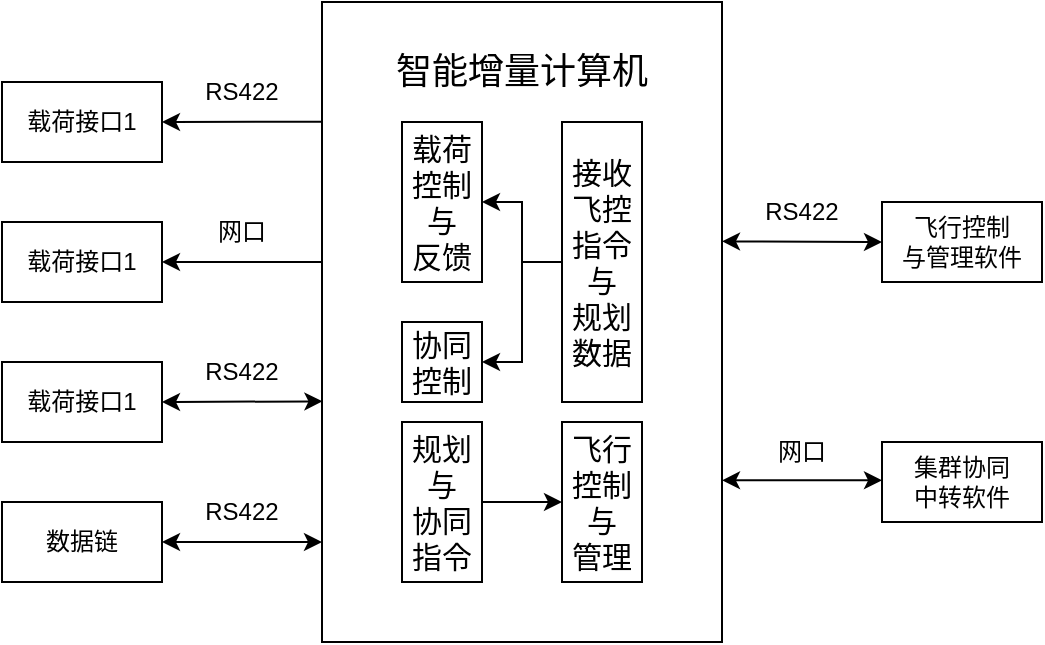
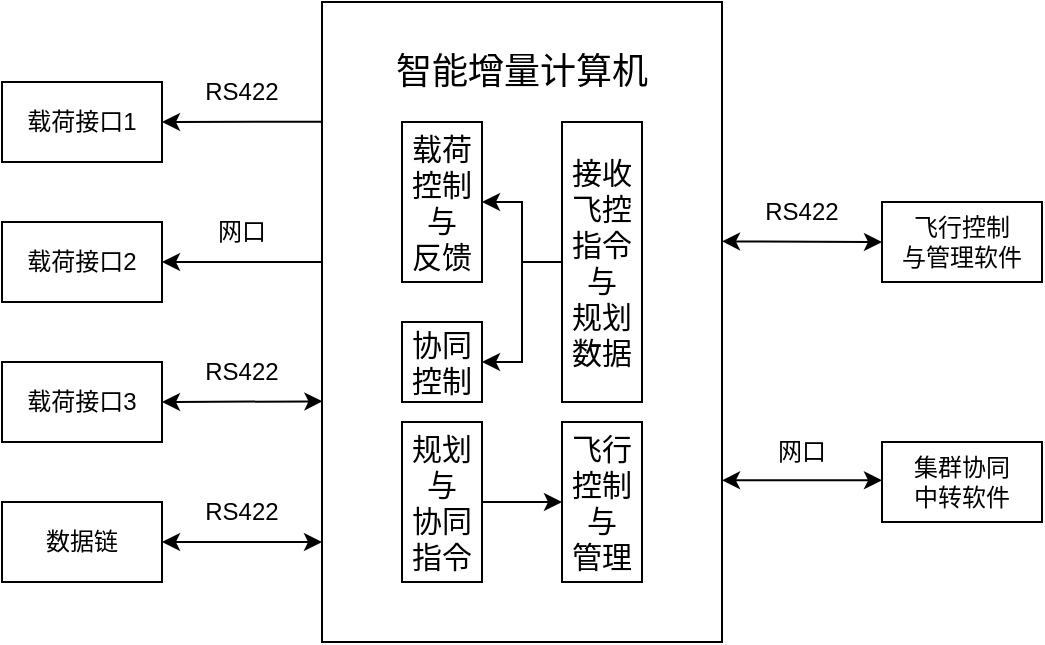
<mxfile host="app.diagrams.net" agent="Mozilla/5.0 (Windows NT 10.0; Win64; x64) AppleWebKit/537.36 (KHTML, like Gecko) Chrome/146.0.0.0 Safari/537.36" version="29.3.7">
  <diagram name="第 1 页" id="P7U0p2YBgUwdi0rxASiN">
    <mxGraphModel dx="1123" dy="710" grid="1" gridSize="10" guides="1" tooltips="1" connect="1" arrows="1" fold="1" page="1" pageScale="1" pageWidth="827" pageHeight="1169" math="0" shadow="0">
      <root>
        <mxCell id="0" />
        <mxCell id="1" parent="0" />
        <mxCell id="FJUeLi_HETRFmbpACcdS-1" parent="1" style="rounded=0;whiteSpace=wrap;html=1;" value="" vertex="1">
          <mxGeometry height="320" width="200" x="280" y="80" as="geometry" />
        </mxCell>
        <mxCell id="FJUeLi_HETRFmbpACcdS-2" parent="1" style="text;html=1;whiteSpace=wrap;strokeColor=none;fillColor=none;align=center;verticalAlign=middle;rounded=0;" value="&lt;font style=&quot;font-size: 18px;&quot;&gt;智能增量计算机&lt;/font&gt;" vertex="1">
          <mxGeometry height="30" width="140" x="310" y="100" as="geometry" />
        </mxCell>
        <mxCell id="FJUeLi_HETRFmbpACcdS-5" edge="1" parent="1" source="FJUeLi_HETRFmbpACcdS-3" style="edgeStyle=orthogonalEdgeStyle;rounded=0;orthogonalLoop=1;jettySize=auto;html=1;" target="FJUeLi_HETRFmbpACcdS-4" value="">
          <mxGeometry relative="1" as="geometry" />
        </mxCell>
        <mxCell id="FJUeLi_HETRFmbpACcdS-3" parent="1" style="rounded=0;whiteSpace=wrap;html=1;" value="&lt;font style=&quot;font-size: 15px;&quot;&gt;接收飞控指令与&lt;br&gt;规划数据&lt;/font&gt;" vertex="1">
          <mxGeometry height="140" width="40" x="400" y="140" as="geometry" />
        </mxCell>
        <mxCell id="FJUeLi_HETRFmbpACcdS-4" parent="1" style="rounded=0;whiteSpace=wrap;html=1;" value="&lt;font style=&quot;font-size: 15px;&quot;&gt;载荷控制&lt;/font&gt;&lt;div&gt;&lt;font style=&quot;font-size: 15px;&quot;&gt;与&lt;/font&gt;&lt;div&gt;&lt;font style=&quot;font-size: 15px;&quot;&gt;反馈&lt;/font&gt;&lt;/div&gt;&lt;/div&gt;" vertex="1">
          <mxGeometry height="80" width="40" x="320" y="140" as="geometry" />
        </mxCell>
        <mxCell id="FJUeLi_HETRFmbpACcdS-6" parent="1" style="rounded=0;whiteSpace=wrap;html=1;" value="载荷接口1" vertex="1">
          <mxGeometry height="40" width="80" x="120" y="120" as="geometry" />
        </mxCell>
-         <mxCell id="FJUeLi_HETRFmbpACcdS-7" parent="1" style="rounded=0;whiteSpace=wrap;html=1;" value="载荷接口1" vertex="1">
+         <mxCell id="FJUeLi_HETRFmbpACcdS-7" parent="1" style="rounded=0;whiteSpace=wrap;html=1;" value="载荷接口2" vertex="1">
          <mxGeometry height="40" width="80" x="120" y="190" as="geometry" />
        </mxCell>
-         <mxCell id="FJUeLi_HETRFmbpACcdS-8" parent="1" style="rounded=0;whiteSpace=wrap;html=1;" value="载荷接口1" vertex="1">
+         <mxCell id="FJUeLi_HETRFmbpACcdS-8" parent="1" style="rounded=0;whiteSpace=wrap;html=1;" value="载荷接口3" vertex="1">
          <mxGeometry height="40" width="80" x="120" y="260" as="geometry" />
        </mxCell>
        <mxCell id="FJUeLi_HETRFmbpACcdS-9" parent="1" style="rounded=0;whiteSpace=wrap;html=1;" value="数据链" vertex="1">
          <mxGeometry height="40" width="80" x="120" y="330" as="geometry" />
        </mxCell>
        <mxCell id="FJUeLi_HETRFmbpACcdS-13" edge="1" parent="1" source="FJUeLi_HETRFmbpACcdS-1" style="endArrow=classic;html=1;rounded=0;entryX=1;entryY=0.5;entryDx=0;entryDy=0;exitX=-0.002;exitY=0.187;exitDx=0;exitDy=0;exitPerimeter=0;" target="FJUeLi_HETRFmbpACcdS-6" value="">
          <mxGeometry height="50" relative="1" width="50" as="geometry">
            <mxPoint x="240" y="180" as="sourcePoint" />
            <mxPoint x="290" y="130" as="targetPoint" />
          </mxGeometry>
        </mxCell>
        <mxCell id="FJUeLi_HETRFmbpACcdS-14" edge="1" parent="1" source="FJUeLi_HETRFmbpACcdS-8" style="endArrow=classic;startArrow=classic;html=1;rounded=0;exitX=1;exitY=0.5;exitDx=0;exitDy=0;entryX=0.001;entryY=0.624;entryDx=0;entryDy=0;entryPerimeter=0;" target="FJUeLi_HETRFmbpACcdS-1" value="">
          <mxGeometry height="50" relative="1" width="50" as="geometry">
            <mxPoint x="200" y="290" as="sourcePoint" />
            <mxPoint x="250" y="240" as="targetPoint" />
          </mxGeometry>
        </mxCell>
        <mxCell id="FJUeLi_HETRFmbpACcdS-15" edge="1" parent="1" style="endArrow=classic;html=1;rounded=0;entryX=1;entryY=0.5;entryDx=0;entryDy=0;" target="FJUeLi_HETRFmbpACcdS-7" value="">
          <mxGeometry height="50" relative="1" width="50" as="geometry">
            <mxPoint x="280" y="210" as="sourcePoint" />
            <mxPoint x="290" y="190" as="targetPoint" />
          </mxGeometry>
        </mxCell>
        <mxCell id="FJUeLi_HETRFmbpACcdS-16" edge="1" parent="1" source="FJUeLi_HETRFmbpACcdS-9" style="endArrow=classic;startArrow=classic;html=1;rounded=0;exitX=1;exitY=0.5;exitDx=0;exitDy=0;" value="">
          <mxGeometry height="50" relative="1" width="50" as="geometry">
            <mxPoint x="240" y="340" as="sourcePoint" />
            <mxPoint x="280" y="350" as="targetPoint" />
          </mxGeometry>
        </mxCell>
        <mxCell id="FJUeLi_HETRFmbpACcdS-17" parent="1" style="rounded=0;whiteSpace=wrap;html=1;" value="飞行控制&lt;div&gt;与管理软件&lt;/div&gt;" vertex="1">
          <mxGeometry height="40" width="80" x="560" y="180" as="geometry" />
        </mxCell>
        <mxCell id="FJUeLi_HETRFmbpACcdS-22" parent="1" style="rounded=0;whiteSpace=wrap;html=1;" value="集群协同&lt;div&gt;中转软件&lt;/div&gt;" vertex="1">
          <mxGeometry height="40" width="80" x="560" y="300" as="geometry" />
        </mxCell>
        <mxCell id="FJUeLi_HETRFmbpACcdS-25" parent="1" style="text;html=1;whiteSpace=wrap;strokeColor=none;fillColor=none;align=center;verticalAlign=middle;rounded=0;" value="RS422" vertex="1">
          <mxGeometry height="30" width="60" x="490" y="170" as="geometry" />
        </mxCell>
        <mxCell id="FJUeLi_HETRFmbpACcdS-26" parent="1" style="text;html=1;whiteSpace=wrap;strokeColor=none;fillColor=none;align=center;verticalAlign=middle;rounded=0;" value="网口" vertex="1">
          <mxGeometry height="30" width="60" x="490" y="290" as="geometry" />
        </mxCell>
        <mxCell id="FJUeLi_HETRFmbpACcdS-28" parent="1" style="text;html=1;whiteSpace=wrap;strokeColor=none;fillColor=none;align=center;verticalAlign=middle;rounded=0;" value="RS422" vertex="1">
          <mxGeometry height="30" width="60" x="210" y="110" as="geometry" />
        </mxCell>
        <mxCell id="FJUeLi_HETRFmbpACcdS-29" parent="1" style="text;html=1;whiteSpace=wrap;strokeColor=none;fillColor=none;align=center;verticalAlign=middle;rounded=0;" value="网口" vertex="1">
          <mxGeometry height="30" width="60" x="210" y="180" as="geometry" />
        </mxCell>
        <mxCell id="FJUeLi_HETRFmbpACcdS-30" parent="1" style="text;html=1;whiteSpace=wrap;strokeColor=none;fillColor=none;align=center;verticalAlign=middle;rounded=0;" value="RS422" vertex="1">
          <mxGeometry height="30" width="60" x="210" y="250" as="geometry" />
        </mxCell>
        <mxCell id="FJUeLi_HETRFmbpACcdS-31" parent="1" style="text;html=1;whiteSpace=wrap;strokeColor=none;fillColor=none;align=center;verticalAlign=middle;rounded=0;" value="RS422" vertex="1">
          <mxGeometry height="30" width="60" x="210" y="320" as="geometry" />
        </mxCell>
        <mxCell id="FJUeLi_HETRFmbpACcdS-32" edge="1" parent="1" source="FJUeLi_HETRFmbpACcdS-1" style="endArrow=classic;startArrow=classic;html=1;rounded=0;entryX=0;entryY=0.5;entryDx=0;entryDy=0;exitX=1;exitY=0.374;exitDx=0;exitDy=0;exitPerimeter=0;" target="FJUeLi_HETRFmbpACcdS-17" value="">
          <mxGeometry height="50" relative="1" width="50" as="geometry">
            <mxPoint x="400" y="240" as="sourcePoint" />
            <mxPoint x="450" y="190" as="targetPoint" />
          </mxGeometry>
        </mxCell>
        <mxCell id="FJUeLi_HETRFmbpACcdS-33" edge="1" parent="1" style="endArrow=classic;startArrow=classic;html=1;rounded=0;exitX=0.999;exitY=0.358;exitDx=0;exitDy=0;exitPerimeter=0;" value="">
          <mxGeometry height="50" relative="1" width="50" as="geometry">
            <mxPoint x="480" y="319.17" as="sourcePoint" />
            <mxPoint x="560" y="319.17" as="targetPoint" />
          </mxGeometry>
        </mxCell>
        <mxCell id="FJUeLi_HETRFmbpACcdS-38" edge="1" parent="1" source="FJUeLi_HETRFmbpACcdS-3" style="edgeStyle=orthogonalEdgeStyle;rounded=0;orthogonalLoop=1;jettySize=auto;html=1;entryX=1;entryY=0.5;entryDx=0;entryDy=0;exitX=0;exitY=0.5;exitDx=0;exitDy=0;" target="FJUeLi_HETRFmbpACcdS-37">
          <mxGeometry relative="1" as="geometry">
            <mxPoint x="400" y="280" as="sourcePoint" />
          </mxGeometry>
        </mxCell>
        <mxCell id="FJUeLi_HETRFmbpACcdS-37" parent="1" style="rounded=0;whiteSpace=wrap;html=1;" value="&lt;font style=&quot;font-size: 15px;&quot;&gt;协同控制&lt;/font&gt;" vertex="1">
          <mxGeometry height="40" width="40" x="320" y="240" as="geometry" />
        </mxCell>
        <mxCell id="FJUeLi_HETRFmbpACcdS-39" parent="1" style="rounded=0;whiteSpace=wrap;html=1;" value="&lt;font style=&quot;font-size: 15px;&quot;&gt;规划&lt;/font&gt;&lt;div&gt;&lt;font style=&quot;font-size: 15px;&quot;&gt;与&lt;/font&gt;&lt;div&gt;&lt;span style=&quot;font-size: 15px;&quot;&gt;协同指令&lt;/span&gt;&lt;/div&gt;&lt;/div&gt;" vertex="1">
          <mxGeometry height="80" width="40" x="320" y="290" as="geometry" />
        </mxCell>
        <mxCell id="FJUeLi_HETRFmbpACcdS-40" parent="1" style="rounded=0;whiteSpace=wrap;html=1;" value="&lt;font style=&quot;font-size: 15px;&quot;&gt;飞行控制与&lt;/font&gt;&lt;div&gt;&lt;font style=&quot;font-size: 15px;&quot;&gt;管理&lt;/font&gt;&lt;/div&gt;" vertex="1">
          <mxGeometry height="80" width="40" x="400" y="290" as="geometry" />
        </mxCell>
        <mxCell id="FJUeLi_HETRFmbpACcdS-41" edge="1" parent="1" style="endArrow=classic;html=1;rounded=0;entryX=0;entryY=0.5;entryDx=0;entryDy=0;" target="FJUeLi_HETRFmbpACcdS-40" value="">
          <mxGeometry height="50" relative="1" width="50" as="geometry">
            <mxPoint x="360" y="330" as="sourcePoint" />
            <mxPoint x="350" y="280" as="targetPoint" />
          </mxGeometry>
        </mxCell>
      </root>
    </mxGraphModel>
  </diagram>
</mxfile>
